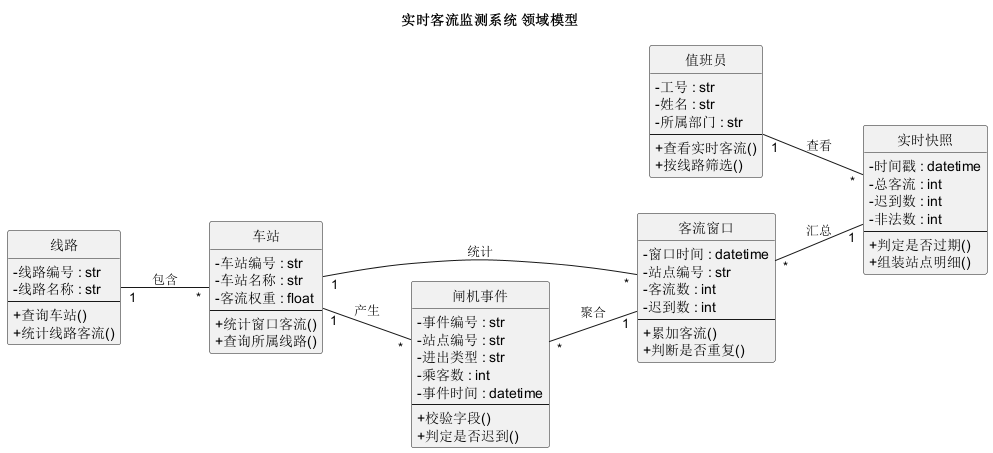
Xuzhaopu04/metro-flow-dashboard keeps this PlantUML diagram as docs/03-建模/图/14-域模型.png. Above is the earlier version. Source of this version:
```plantuml
@startuml 14-域模型
title 实时客流监测系统 领域模型
left to right direction
skinparam classAttributeIconSize 0
hide circle
hide empty members

class 值班员 {
  - 工号 : str
  - 姓名 : str
  - 所属部门 : str
  --
  + 查看实时客流()
  + 按线路筛选()
}

class 线路 {
  - 线路编号 : str
  - 线路名称 : str
  --
  + 查询车站()
  + 统计线路客流()
}

class 车站 {
  - 车站编号 : str
  - 车站名称 : str
  - 客流权重 : float
  --
  + 统计窗口客流()
  + 查询所属线路()
}

class 实时快照 {
  - 时间戳 : datetime
  - 总客流 : int
  - 迟到数 : int
  - 非法数 : int
  --
  + 判定是否过期()
  + 组装站点明细()
}

class 客流窗口 {
  - 窗口时间 : datetime
  - 站点编号 : str
  - 客流数 : int
  - 迟到数 : int
  --
  + 累加客流()
  + 判断是否重复()
}

class 闸机事件 {
  - 事件编号 : str
  - 站点编号 : str
  - 进出类型 : str
  - 乘客数 : int
  - 事件时间 : datetime
  --
  + 校验字段()
  + 判定是否迟到()
}

值班员 "1" -- "*" 实时快照 : 查看
线路 "1" -- "*" 车站 : 包含
车站 "1" -- "*" 闸机事件 : 产生
车站 "1" -- "*" 客流窗口 : 统计
闸机事件 "*" -- "1" 客流窗口 : 聚合
客流窗口 "*" -- "1" 实时快照 : 汇总
@enduml
```
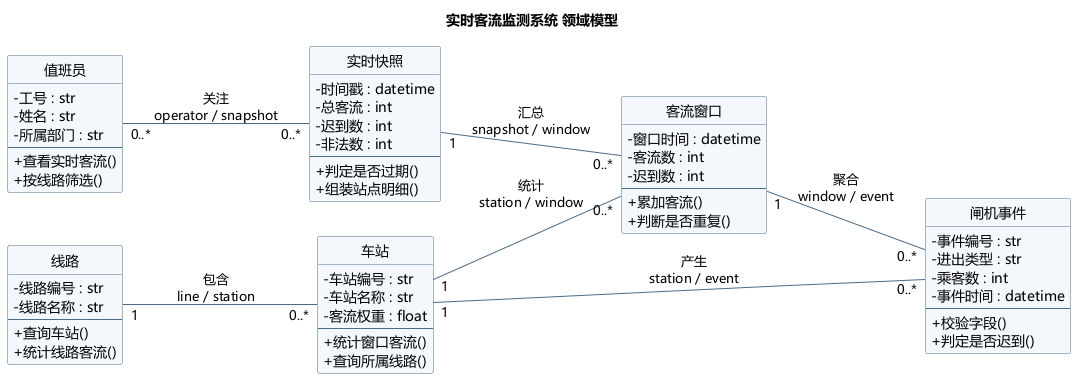
The same file after the commit.

Change to the diagram source:
```diff
@@ -1,7 +1,14 @@
 @startuml 14-域模型
 title 实时客流监测系统 领域模型
 left to right direction
+skinparam shadowing false
+skinparam defaultFontName "Microsoft YaHei"
 skinparam classAttributeIconSize 0
+skinparam class {
+  BackgroundColor #F4F8FD
+  BorderColor #4A6B8A
+  ArrowColor #4A6B8A
+}
 hide circle
 hide empty members
 
@@ -31,6 +38,25 @@
   + 查询所属线路()
 }
 
+class 客流窗口 {
+  - 窗口时间 : datetime
+  - 客流数 : int
+  - 迟到数 : int
+  --
+  + 累加客流()
+  + 判断是否重复()
+}
+
+class 闸机事件 {
+  - 事件编号 : str
+  - 进出类型 : str
+  - 乘客数 : int
+  - 事件时间 : datetime
+  --
+  + 校验字段()
+  + 判定是否迟到()
+}
+
 class 实时快照 {
   - 时间戳 : datetime
   - 总客流 : int
@@ -41,31 +67,10 @@
   + 组装站点明细()
 }
 
-class 客流窗口 {
-  - 窗口时间 : datetime
-  - 站点编号 : str
-  - 客流数 : int
-  - 迟到数 : int
-  --
-  + 累加客流()
-  + 判断是否重复()
-}
-
-class 闸机事件 {
-  - 事件编号 : str
-  - 站点编号 : str
-  - 进出类型 : str
-  - 乘客数 : int
-  - 事件时间 : datetime
-  --
-  + 校验字段()
-  + 判定是否迟到()
-}
-
-值班员 "1" -- "*" 实时快照 : 查看
-线路 "1" -- "*" 车站 : 包含
-车站 "1" -- "*" 闸机事件 : 产生
-车站 "1" -- "*" 客流窗口 : 统计
-闸机事件 "*" -- "1" 客流窗口 : 聚合
-客流窗口 "*" -- "1" 实时快照 : 汇总
+线路 "1" -- "0..*" 车站 : 包含\nline / station
+车站 "1" -- "0..*" 闸机事件 : 产生\nstation / event
+车站 "1" -- "0..*" 客流窗口 : 统计\nstation / window
+客流窗口 "1" -- "0..*" 闸机事件 : 聚合\nwindow / event
+实时快照 "1" -- "0..*" 客流窗口 : 汇总\nsnapshot / window
+值班员 "0..*" -- "0..*" 实时快照 : 关注\noperator / snapshot
 @enduml
```
